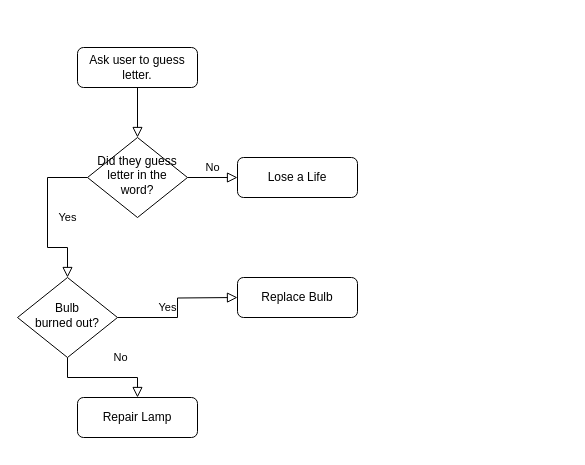
Before: Hangman.drawio in cmcklveen/Flowcharts, a draw.io diagram. Source tidied: cells renumbered, new cells numbered last; positions are measured from the earlier drawing's top-left corner, leaving out a move shared by most shapes. Both pictures are drawn from the tidied source at 100%, with x=0, y=0 at pixel (17, 47).
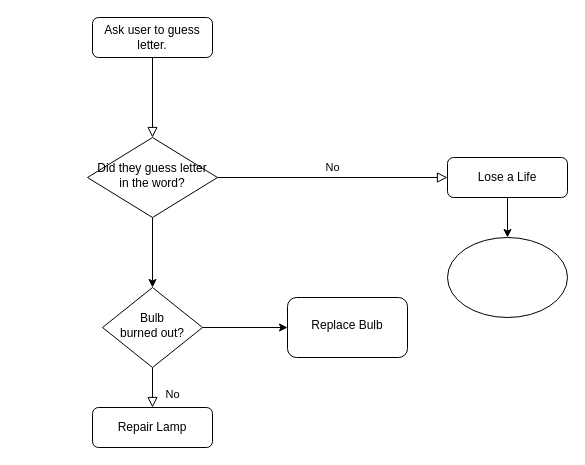
The same diagram, later.

Change to the diagram source:
```diff
@@
 <mxGraphModel>
   <root>
     <mxCell id="0" />
     <mxCell id="1" parent="0" />
     <mxCell id="2" style="rounded=0;html=1;jettySize=auto;fontSize=11;endArrow=block;endFill=0;endSize=8;strokeWidth=1;shadow=0;labelBackgroundColor=none;edgeStyle=orthogonalEdgeStyle;" parent="1" edge="1" source="3" target="6">
       <mxGeometry relative="1" as="geometry" />
     </mxCell>
     <mxCell id="3" value="Ask user to guess letter." style="rounded=1;whiteSpace=wrap;html=1;fontSize=12;glass=0;strokeWidth=1;shadow=0;" parent="1" vertex="1">
-      <mxGeometry x="60" width="120" height="40" as="geometry" />
+      <mxGeometry x="75" y="-30" width="120" height="40" as="geometry" />
     </mxCell>
+    <mxCell id="5" value="No" style="edgeStyle=orthogonalEdgeStyle;rounded=0;html=1;jettySize=auto;fontSize=11;endArrow=block;endFill=0;endSize=8;strokeWidth=1;shadow=0;labelBackgroundColor=none;" parent="1" edge="1" source="6" target="7">
+      <mxGeometry y="10" relative="1" as="geometry" />
+    </mxCell>
-    <mxCell id="4" value="Yes" style="rounded=0;html=1;jettySize=auto;fontSize=11;endArrow=block;endFill=0;endSize=8;strokeWidth=1;shadow=0;labelBackgroundColor=none;edgeStyle=orthogonalEdgeStyle;" parent="1" edge="1" source="6" target="10">
-      <mxGeometry y="20" relative="1" as="geometry">
-        <Array as="points">
-          <mxPoint x="30" y="130" />
-          <mxPoint x="30" y="200" />
-          <mxPoint x="50" y="200" />
-        </Array>
-      </mxGeometry>
+    <mxCell id="4" style="edgeStyle=orthogonalEdgeStyle;rounded=0;jettySize=auto;html=1;entryX=0.5;entryY=0;entryDx=0;entryDy=0;" parent="1" edge="1" source="6" target="10">
+      <mxGeometry relative="1" as="geometry" />
     </mxCell>
-    <mxCell id="5" value="No" style="edgeStyle=orthogonalEdgeStyle;rounded=0;html=1;jettySize=auto;fontSize=11;endArrow=block;endFill=0;endSize=8;strokeWidth=1;shadow=0;labelBackgroundColor=none;" parent="1" edge="1" source="6" target="7">
-      <mxGeometry y="10" relative="1" as="geometry" />
-    </mxCell>
     <mxCell id="6" value="Did they guess letter in the word?" style="rhombus;whiteSpace=wrap;html=1;shadow=0;fontFamily=Helvetica;fontSize=12;align=center;strokeWidth=1;spacing=6;spacingTop=-4;" parent="1" vertex="1">
-      <mxGeometry x="70" y="90" width="100" height="80" as="geometry" />
+      <mxGeometry x="70" y="90" width="130" height="80" as="geometry" />
     </mxCell>
+    <mxCell id="13" style="edgeStyle=orthogonalEdgeStyle;rounded=0;jettySize=auto;html=1;" parent="1" edge="1" source="7" target="15">
+      <mxGeometry relative="1" as="geometry" />
+    </mxCell>
     <mxCell id="7" value="Lose a Life" style="rounded=1;whiteSpace=wrap;html=1;fontSize=12;glass=0;strokeWidth=1;shadow=0;" parent="1" vertex="1">
-      <mxGeometry x="220" y="110" width="120" height="40" as="geometry" />
+      <mxGeometry x="430" y="110" width="120" height="40" as="geometry" />
     </mxCell>
     <mxCell id="8" value="No" style="rounded=0;html=1;jettySize=auto;fontSize=11;endArrow=block;endFill=0;endSize=8;strokeWidth=1;shadow=0;labelBackgroundColor=none;edgeStyle=orthogonalEdgeStyle;" parent="1" edge="1" source="10" target="11">
       <mxGeometry x="0.33" y="20" relative="1" as="geometry" />
     </mxCell>
-    <mxCell id="9" value="Yes" style="edgeStyle=orthogonalEdgeStyle;rounded=0;html=1;jettySize=auto;fontSize=11;endArrow=block;endFill=0;endSize=8;strokeWidth=1;shadow=0;labelBackgroundColor=none;" parent="1" edge="1" source="10">
-      <mxGeometry y="10" relative="1" as="geometry">
-        <mxPoint x="220" y="250" as="targetPoint" />
-      </mxGeometry>
-    </mxCell>
+    <mxCell id="14" style="edgeStyle=orthogonalEdgeStyle;rounded=0;jettySize=auto;html=1;" parent="1" edge="1" source="10" target="12">
+      <mxGeometry relative="1" as="geometry" />
+    </mxCell>
     <mxCell id="10" value="Bulb&lt;br&gt;burned out?" style="rhombus;whiteSpace=wrap;html=1;shadow=0;fontFamily=Helvetica;fontSize=12;align=center;strokeWidth=1;spacing=6;spacingTop=-4;" parent="1" vertex="1">
-      <mxGeometry y="230" width="100" height="80" as="geometry" />
+      <mxGeometry x="85" y="240" width="100" height="80" as="geometry" />
     </mxCell>
     <mxCell id="11" value="Repair Lamp" style="rounded=1;whiteSpace=wrap;html=1;fontSize=12;glass=0;strokeWidth=1;shadow=0;" parent="1" vertex="1">
-      <mxGeometry x="60" y="350" width="120" height="40" as="geometry" />
+      <mxGeometry x="75" y="360" width="120" height="40" as="geometry" />
     </mxCell>
+    <mxCell id="15" style="ellipse;whiteSpace=wrap;html=1;" parent="1" vertex="1">
+      <mxGeometry x="430" y="190" width="120" height="80" as="geometry" />
+    </mxCell>
-    <mxCell id="12" value="Replace Bulb" style="rounded=1;whiteSpace=wrap;html=1;fontSize=12;glass=0;strokeWidth=1;shadow=0;" parent="1" vertex="1">
-      <mxGeometry x="220" y="230" width="120" height="40" as="geometry" />
+    <mxCell id="12" value="Replace Bulb" style="rounded=1;whiteSpace=wrap;html=1;shadow=0;strokeWidth=1;spacing=6;spacingTop=-4;" parent="1" vertex="1">
+      <mxGeometry x="270" y="250" width="120" height="60" as="geometry" />
     </mxCell>
   </root>
 </mxGraphModel>
```
